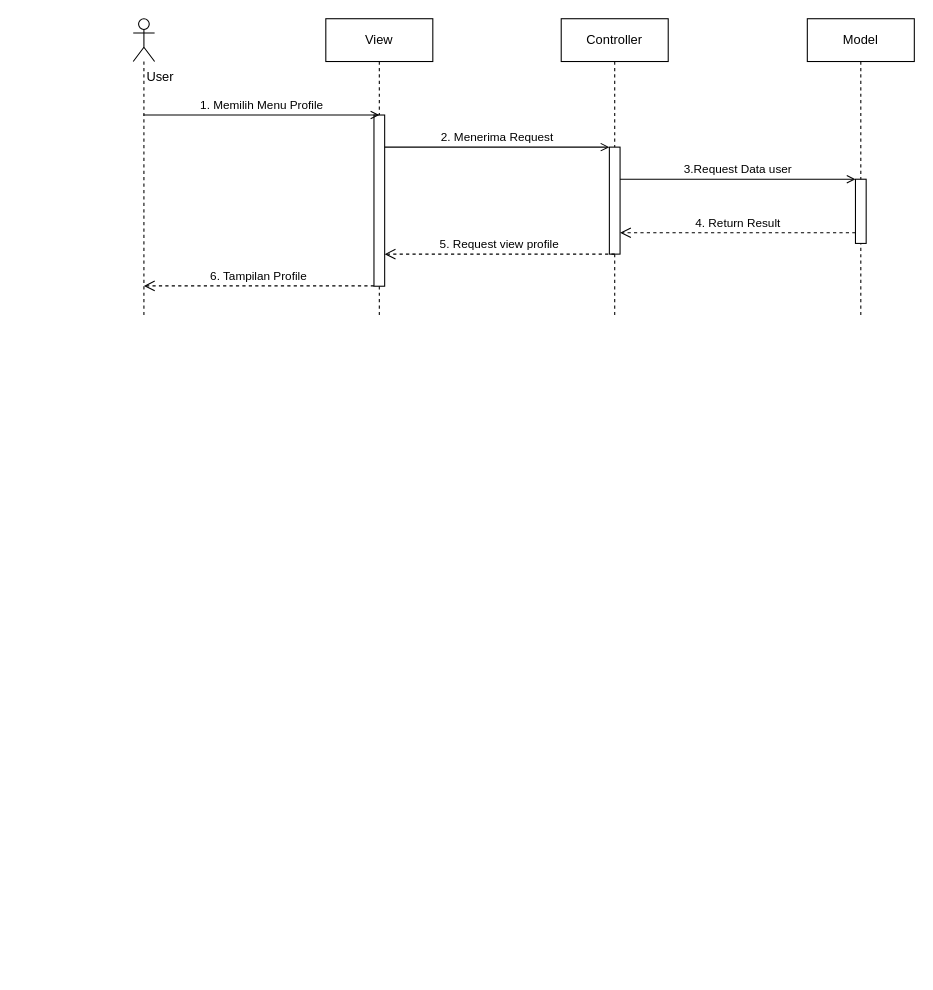
This is page "profile_sequence" (3 of 8) of sequence.drawio from ThikerXCX/umltoko, a draw.io file, before an edit. Source tidied: cells renumbered, new cells numbered last; positions are measured from the earlier drawing's top-left corner, leaving out a move shared by most shapes. Both pictures are drawn from the tidied source at 107%, with x=0, y=0 at pixel (133, 18).
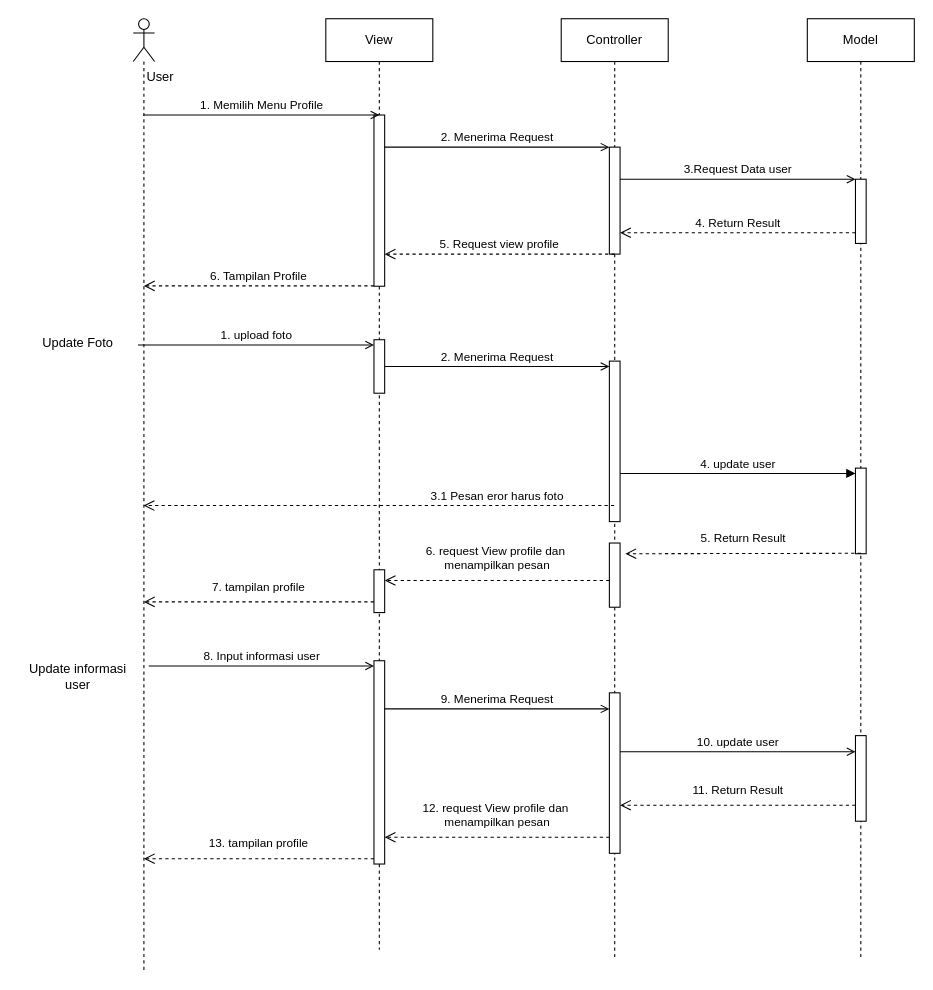
The same diagram, later.

What changed in the source:
```diff
@@
     <mxCell id="2" style="shape=umlLifeline;perimeter=lifelinePerimeter;whiteSpace=wrap;html=1;outlineConnect=0;portConstraint=eastwest;newEdgeStyle={&quot;edgeStyle&quot;:&quot;elbowEdgeStyle&quot;,&quot;elbow&quot;:&quot;vertical&quot;,&quot;curved&quot;:0,&quot;rounded&quot;:0};participant=umlActor;" parent="1" vertex="1">
-      <mxGeometry width="20" height="280" as="geometry" />
+      <mxGeometry width="20" height="890" as="geometry" />
     </mxCell>
     <mxCell id="3" value="View" style="shape=umlLifeline;perimeter=lifelinePerimeter;whiteSpace=wrap;html=1;newEdgeStyle={&quot;edgeStyle&quot;:&quot;elbowEdgeStyle&quot;,&quot;elbow&quot;:&quot;vertical&quot;,&quot;curved&quot;:0,&quot;rounded&quot;:0};" parent="1" vertex="1">
-      <mxGeometry x="180" width="100" height="280" as="geometry" />
+      <mxGeometry x="180" width="100" height="870" as="geometry" />
     </mxCell>
@@
+    <mxCell id="16" style="html=1;perimeter=orthogonalPerimeter;targetShapes=umlLifeline;newEdgeStyle={&quot;edgeStyle&quot;:&quot;elbowEdgeStyle&quot;,&quot;elbow&quot;:&quot;vertical&quot;,&quot;curved&quot;:0,&quot;rounded&quot;:0};" parent="3" vertex="1">
+      <mxGeometry x="45" y="300" width="10" height="50" as="geometry" />
+    </mxCell>
+    <mxCell id="17" style="html=1;points=[];perimeter=orthogonalPerimeter;outlineConnect=0;targetShapes=umlLifeline;portConstraint=eastwest;newEdgeStyle={&quot;edgeStyle&quot;:&quot;elbowEdgeStyle&quot;,&quot;elbow&quot;:&quot;vertical&quot;,&quot;curved&quot;:0,&quot;rounded&quot;:0};" parent="3" vertex="1">
+      <mxGeometry x="45" y="600" width="10" height="190" as="geometry" />
+    </mxCell>
@@
     <mxCell id="6" value="Controller" style="shape=umlLifeline;perimeter=lifelinePerimeter;whiteSpace=wrap;html=1;newEdgeStyle={&quot;edgeStyle&quot;:&quot;elbowEdgeStyle&quot;,&quot;elbow&quot;:&quot;vertical&quot;,&quot;curved&quot;:0,&quot;rounded&quot;:0};" parent="1" vertex="1">
-      <mxGeometry x="400" width="100" height="280" as="geometry" />
+      <mxGeometry x="400" width="100" height="880" as="geometry" />
     </mxCell>
@@
+    <mxCell id="18" style="html=1;perimeter=orthogonalPerimeter;targetShapes=umlLifeline;newEdgeStyle={&quot;edgeStyle&quot;:&quot;elbowEdgeStyle&quot;,&quot;elbow&quot;:&quot;vertical&quot;,&quot;curved&quot;:0,&quot;rounded&quot;:0};" parent="6" vertex="1">
+      <mxGeometry x="45" y="320" width="10" height="150" as="geometry" />
+    </mxCell>
+    <mxCell id="19" style="html=1;perimeter=orthogonalPerimeter;targetShapes=umlLifeline;newEdgeStyle={&quot;edgeStyle&quot;:&quot;elbowEdgeStyle&quot;,&quot;elbow&quot;:&quot;vertical&quot;,&quot;curved&quot;:0,&quot;rounded&quot;:0};" parent="6" vertex="1">
+      <mxGeometry x="45" y="490" width="10" height="60" as="geometry" />
+    </mxCell>
+    <mxCell id="20" style="html=1;points=[];perimeter=orthogonalPerimeter;outlineConnect=0;targetShapes=umlLifeline;portConstraint=eastwest;newEdgeStyle={&quot;edgeStyle&quot;:&quot;elbowEdgeStyle&quot;,&quot;elbow&quot;:&quot;vertical&quot;,&quot;curved&quot;:0,&quot;rounded&quot;:0};" parent="6" vertex="1">
+      <mxGeometry x="45" y="630" width="10" height="150" as="geometry" />
+    </mxCell>
     <mxCell id="8" value="Model" style="shape=umlLifeline;perimeter=lifelinePerimeter;whiteSpace=wrap;html=1;newEdgeStyle={&quot;edgeStyle&quot;:&quot;elbowEdgeStyle&quot;,&quot;elbow&quot;:&quot;vertical&quot;,&quot;curved&quot;:0,&quot;rounded&quot;:0};" parent="1" vertex="1">
-      <mxGeometry x="630" width="100" height="280" as="geometry" />
+      <mxGeometry x="630" width="100" height="880" as="geometry" />
     </mxCell>
@@
+    <mxCell id="21" style="html=1;perimeter=orthogonalPerimeter;targetShapes=umlLifeline;newEdgeStyle={&quot;edgeStyle&quot;:&quot;elbowEdgeStyle&quot;,&quot;elbow&quot;:&quot;vertical&quot;,&quot;curved&quot;:0,&quot;rounded&quot;:0};" parent="8" vertex="1">
+      <mxGeometry x="45" y="420" width="10" height="80" as="geometry" />
+    </mxCell>
+    <mxCell id="22" style="html=1;perimeter=orthogonalPerimeter;targetShapes=umlLifeline;newEdgeStyle={&quot;edgeStyle&quot;:&quot;elbowEdgeStyle&quot;,&quot;elbow&quot;:&quot;vertical&quot;,&quot;curved&quot;:0,&quot;rounded&quot;:0};" parent="8" vertex="1">
+      <mxGeometry x="45" y="670" width="10" height="80" as="geometry" />
+    </mxCell>
@@
+    <mxCell id="23" value="8. Input informasi user" style="html=1;verticalAlign=bottom;labelBackgroundColor=none;endArrow=open;endFill=0;rounded=0;" parent="1" edge="1" target="17">
+      <mxGeometry relative="1" as="geometry">
+        <mxPoint x="14.5" y="605" as="sourcePoint" />
+        <Array as="points">
+          <mxPoint x="105" y="605" />
+        </Array>
+      </mxGeometry>
+    </mxCell>
+    <mxCell id="24" value="2. Menerima Request" style="html=1;verticalAlign=bottom;labelBackgroundColor=none;endArrow=open;endFill=0;rounded=0;" parent="1" edge="1">
+      <mxGeometry relative="1" as="geometry">
+        <mxPoint x="235" y="325" as="sourcePoint" />
+        <mxPoint x="445" y="325" as="targetPoint" />
+        <Array as="points">
+          <mxPoint x="325" y="325" />
+        </Array>
+      </mxGeometry>
+    </mxCell>
+    <mxCell id="25" value="4. update user" style="html=1;verticalAlign=bottom;endArrow=block;edgeStyle=elbowEdgeStyle;elbow=vertical;curved=0;rounded=0;" parent="1" edge="1">
+      <mxGeometry relative="1" as="geometry">
+        <mxPoint x="455" y="425" as="sourcePoint" />
+        <mxPoint x="675" y="425" as="targetPoint" />
+      </mxGeometry>
+    </mxCell>
+    <mxCell id="26" value="3.1 Pesan eror harus foto" style="html=1;verticalAlign=bottom;endArrow=open;dashed=1;endSize=8;edgeStyle=elbowEdgeStyle;elbow=horizontal;curved=0;rounded=0;" parent="1" edge="1">
+      <mxGeometry x="-0.5" relative="1" as="geometry">
+        <mxPoint x="449.5" y="455" as="sourcePoint" />
+        <mxPoint x="9.7" y="455" as="targetPoint" />
+        <Array as="points">
+          <mxPoint x="380" y="455" />
+          <mxPoint x="365.1" y="395" />
+        </Array>
+      </mxGeometry>
+    </mxCell>
+    <mxCell id="27" value="11. Return Result" style="html=1;verticalAlign=bottom;endArrow=open;dashed=1;endSize=8;edgeStyle=elbowEdgeStyle;elbow=vertical;curved=0;rounded=0;" parent="1" edge="1">
+      <mxGeometry y="-5" relative="1" as="geometry">
+        <mxPoint x="675" y="735" as="sourcePoint" />
+        <mxPoint x="455" y="735.3" as="targetPoint" />
+      </mxGeometry>
+    </mxCell>
+    <mxCell id="28" value="6. request View profile dan&amp;nbsp;&lt;br&gt;menampilkan pesan" style="html=1;verticalAlign=bottom;endArrow=open;dashed=1;endSize=8;edgeStyle=elbowEdgeStyle;elbow=horizontal;curved=0;rounded=0;" parent="1" edge="1">
+      <mxGeometry y="-5" relative="1" as="geometry">
+        <mxPoint x="445" y="525" as="sourcePoint" />
+        <mxPoint x="235" y="525" as="targetPoint" />
+      </mxGeometry>
+    </mxCell>
+    <mxCell id="29" value="7. tampilan profile" style="html=1;verticalAlign=bottom;endArrow=open;dashed=1;endSize=8;edgeStyle=elbowEdgeStyle;elbow=vertical;curved=0;rounded=0;" parent="1" edge="1">
+      <mxGeometry y="-5" relative="1" as="geometry">
+        <mxPoint x="225" y="545" as="sourcePoint" />
+        <mxPoint x="10" y="545" as="targetPoint" />
+      </mxGeometry>
+    </mxCell>
+    <mxCell id="30" style="html=1;verticalAlign=bottom;endArrow=open;dashed=1;endSize=8;edgeStyle=elbowEdgeStyle;elbow=vertical;curved=0;rounded=0;" parent="1" edge="1" target="31">
+      <mxGeometry y="-5" relative="1" as="geometry">
+        <mxPoint x="230" y="535" as="sourcePoint" />
+      </mxGeometry>
+    </mxCell>
+    <mxCell id="31" style="html=1;points=[];perimeter=orthogonalPerimeter;outlineConnect=0;targetShapes=umlLifeline;portConstraint=eastwest;newEdgeStyle={&quot;edgeStyle&quot;:&quot;elbowEdgeStyle&quot;,&quot;elbow&quot;:&quot;vertical&quot;,&quot;curved&quot;:0,&quot;rounded&quot;:0};" parent="1" vertex="1">
+      <mxGeometry x="225" y="515" width="10" height="40" as="geometry" />
+    </mxCell>
+    <mxCell id="32" value="10. update user" style="html=1;verticalAlign=bottom;labelBackgroundColor=none;endArrow=open;endFill=0;rounded=0;" parent="1" edge="1">
+      <mxGeometry relative="1" as="geometry">
+        <mxPoint x="455" y="685" as="sourcePoint" />
+        <mxPoint x="675" y="685" as="targetPoint" />
+        <Array as="points">
+          <mxPoint x="550" y="685" />
+        </Array>
+      </mxGeometry>
+    </mxCell>
+    <mxCell id="33" value="9. Menerima Request" style="html=1;verticalAlign=bottom;labelBackgroundColor=none;endArrow=open;endFill=0;rounded=0;" parent="1" edge="1">
+      <mxGeometry relative="1" as="geometry">
+        <mxPoint x="235" y="645" as="sourcePoint" />
+        <mxPoint x="445" y="645" as="targetPoint" />
+        <Array as="points">
+          <mxPoint x="340" y="645" />
+        </Array>
+      </mxGeometry>
+    </mxCell>
+    <mxCell id="34" value="12. request View profile dan&amp;nbsp;&lt;br&gt;menampilkan pesan" style="html=1;verticalAlign=bottom;endArrow=open;dashed=1;endSize=8;edgeStyle=elbowEdgeStyle;elbow=horizontal;curved=0;rounded=0;" parent="1" edge="1" source="20">
+      <mxGeometry y="-5" relative="1" as="geometry">
+        <mxPoint x="235" y="765" as="targetPoint" />
+        <Array as="points">
+          <mxPoint x="448" y="760" />
+        </Array>
+      </mxGeometry>
+    </mxCell>
+    <mxCell id="35" value="13. tampilan profile" style="html=1;verticalAlign=bottom;endArrow=open;dashed=1;endSize=8;edgeStyle=elbowEdgeStyle;elbow=vertical;curved=0;rounded=0;" parent="1" edge="1">
+      <mxGeometry y="-5" relative="1" as="geometry">
+        <mxPoint x="225" y="785" as="sourcePoint" />
+        <mxPoint x="10" y="785" as="targetPoint" />
+      </mxGeometry>
+    </mxCell>
+    <mxCell id="36" value="1. upload foto" style="html=1;verticalAlign=bottom;labelBackgroundColor=none;endArrow=open;endFill=0;rounded=0;" parent="1" edge="1">
+      <mxGeometry relative="1" as="geometry">
+        <mxPoint x="4.5" y="305" as="sourcePoint" />
+        <mxPoint x="225" y="305" as="targetPoint" />
+        <Array as="points">
+          <mxPoint x="95" y="305" />
+        </Array>
+      </mxGeometry>
+    </mxCell>
+    <mxCell id="37" value="5. Return Result" style="html=1;verticalAlign=bottom;endArrow=open;dashed=1;endSize=8;edgeStyle=elbowEdgeStyle;elbow=vertical;curved=0;rounded=0;" parent="1" edge="1">
+      <mxGeometry y="-5" relative="1" as="geometry">
+        <mxPoint x="680" y="499.6" as="sourcePoint" />
+        <mxPoint x="460" y="499.6" as="targetPoint" />
+      </mxGeometry>
+    </mxCell>
+    <mxCell id="38" value="Update Foto" style="text;html=1;align=center;verticalAlign=middle;strokeColor=none;fillColor=none;" parent="1" vertex="1">
+      <mxGeometry x="-97" y="288" width="90" height="30" as="geometry" />
+    </mxCell>
+    <mxCell id="39" value="Update informasi&lt;br&gt;user" style="text;html=1;align=center;verticalAlign=middle;strokeColor=none;fillColor=none;" parent="1" vertex="1">
+      <mxGeometry x="-107" y="595" width="110" height="40" as="geometry" />
+    </mxCell>
```
